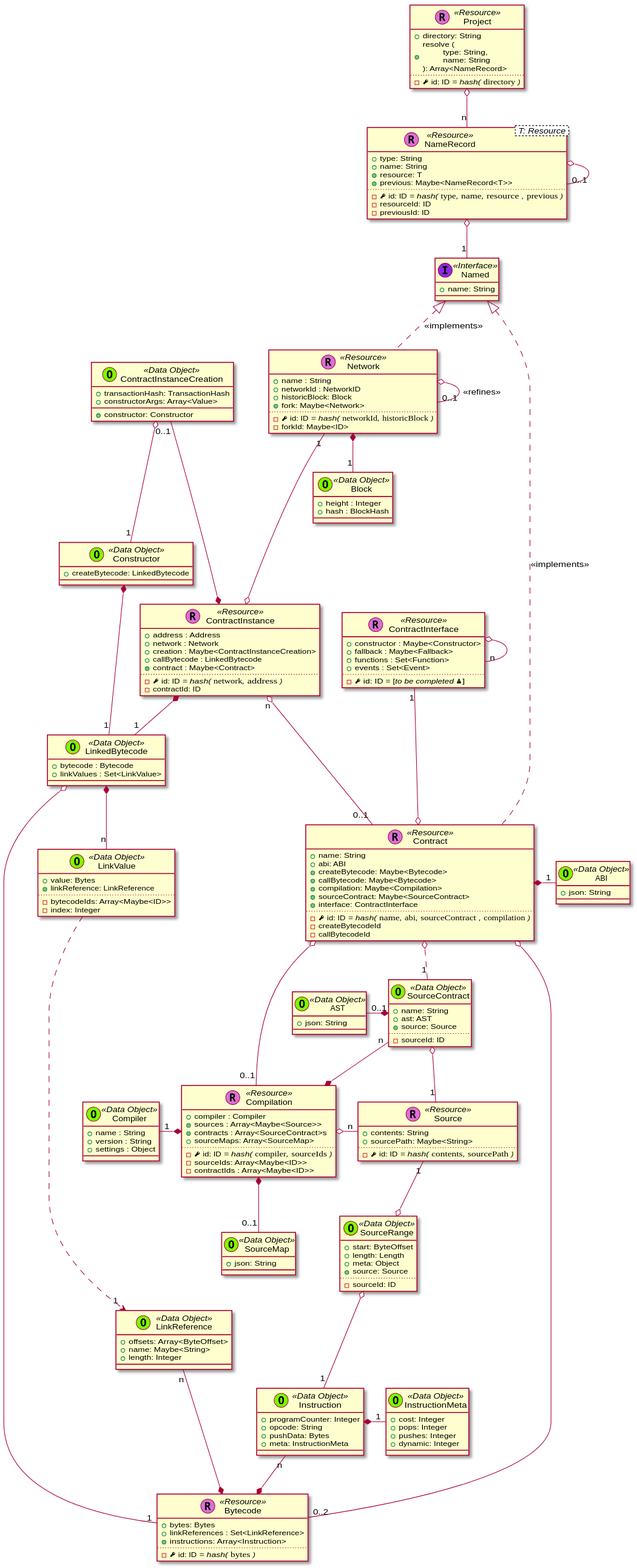
Above: _images/plantuml-5c3a0bc57f1f5ee52620cb53ad96d72a9dc6375e.svg in trufflesuite/artifact-updates (PlantUML), before the change.
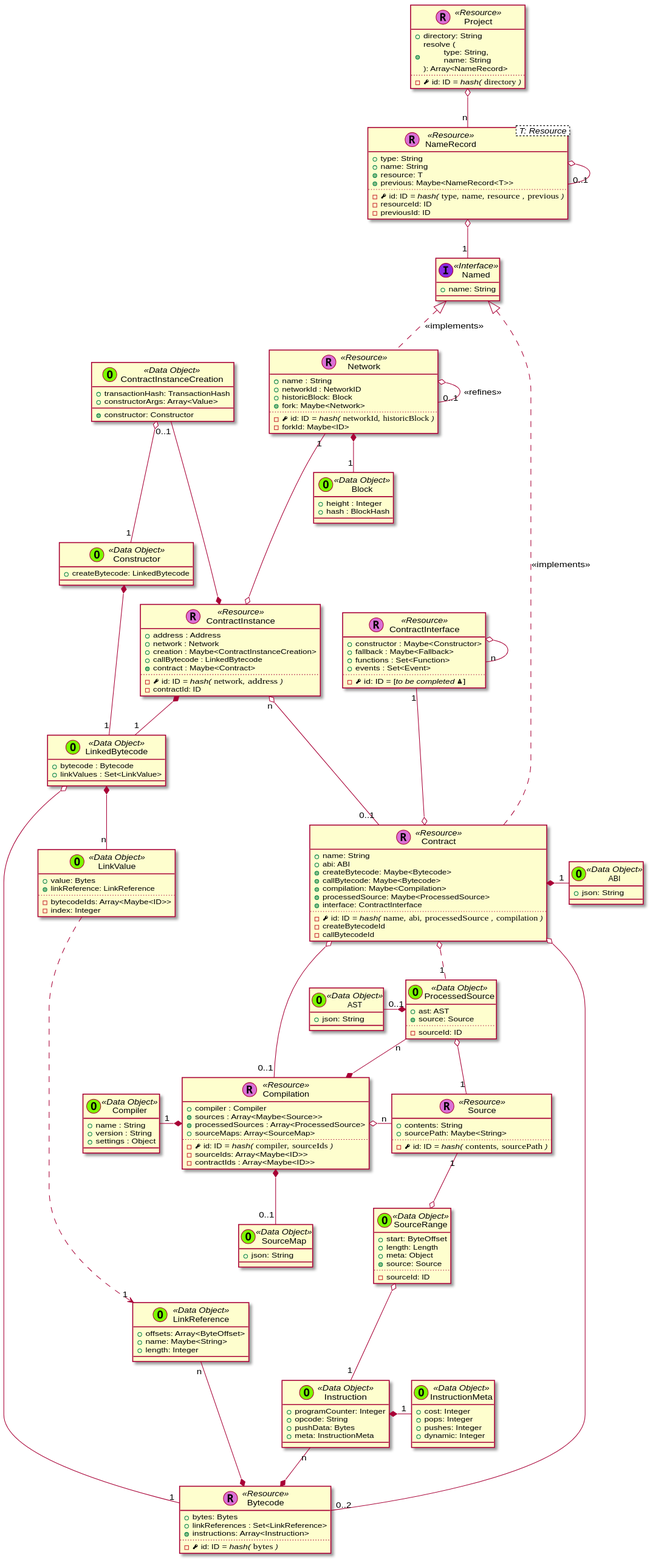
After the change.

Diff of the diagram source:
```diff
@@ -43,10 +43,10 @@
       + {method} createBytecode: Maybe<Bytecode>
       + {method} callBytecode: Maybe<Bytecode>
       + {method} compilation: Maybe<Compilation>
-      + {method} sourceContract: Maybe<SourceContract>
+      + {method} processedSource: Maybe<ProcessedSource>
       + {method} interface: ContractInterface
       ..
-      - {field} <&key> id: ID //= hash(// ""name""//,// ""abi""//,// ""sourceContract"" //,// ""compilation"" //)//
+      - {field} <&key> id: ID //= hash(// ""name""//,// ""abi""//,// ""processedSource"" //,// ""compilation"" //)//
       - createBytecodeId
       - callBytecodeId
     }
@@ -122,7 +122,7 @@
     class Compilation << (R,orchid) Resource >> {
       + compiler : Compiler
       + {method} sources : Array<Maybe<Source>>
-      + {method} contracts : Array<SourceContract>s
+      + {method} processedSources : Array<ProcessedSource>
       + sourceMaps: Array<SourceMap>
       ..
       - {field} <&key> id: ID //= hash(// ""compiler""//,// ""sourceIds"" //)//
@@ -130,7 +130,7 @@
       - contractIds : Array<Maybe<ID>>
     }
 
-  SourceContract "n" --* Compilation
+  ProcessedSource "n" --* Compilation
 
     class Network << (R,orchid) Resource >> {
       + name : String
@@ -201,8 +201,7 @@
       - sourceId: ID
     }
 
-    class SourceContract << (O,lawngreen) Data Object >> {
-      + name: String
+    class ProcessedSource << (O,lawngreen) Data Object >> {
       + ast: AST
       + {method} source: Source
       ..
@@ -234,7 +233,7 @@
   ContractInterface "1" ---o Contract
 
   Contract o-- "0..1" Compilation
-  Contract o.. "1" SourceContract
+  Contract o.. "1" ProcessedSource
 
   LinkedBytecode o---- "1" Bytecode
 
@@ -245,7 +244,7 @@
   LinkValue ....> "1" LinkReference
 
 
-  SourceContract o-- "1" Source
+  ProcessedSource o-- "1" Source
 
   Network "1" ---o ContractInstance
 
@@ -263,7 +262,7 @@
   Compilation *-- "0..1" SourceMap
 
 
-  SourceContract *-left- "0..1" AST
+  ProcessedSource *-left- "0..1" AST
 
   SourceRange o-- "1" Instruction
 
```
